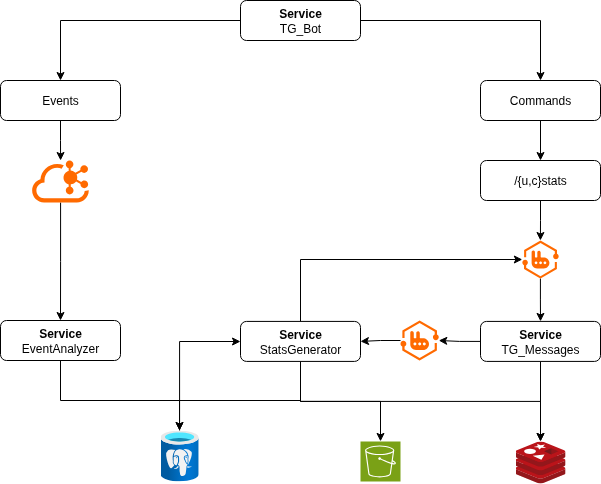
This is readme/static/Diagram.drawio.png from sh1chan/SmallToolBox, a draw.io export, as it was before one commit. Source tidied: cells renumbered, new cells last; positions are measured from the earlier drawing's top-left corner, leaving out a move shared by most shapes.
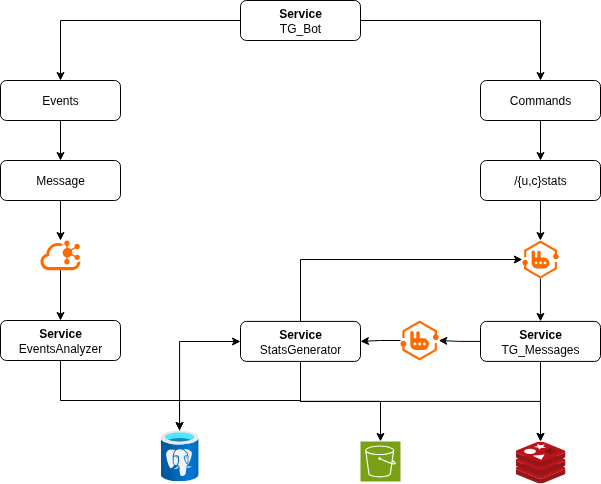
Later version of the same file.

Commit message:
[core] Updated Diagram

Diff of the diagram source:
```diff
@@ -11,9 +11,9 @@
     <mxCell id="4" value="&lt;div&gt;&lt;span style=&quot;background-color: transparent; color: light-dark(rgb(0, 0, 0), rgb(255, 255, 255));&quot;&gt;&lt;b&gt;Service&lt;/b&gt;&lt;/span&gt;&lt;/div&gt;&lt;div&gt;&lt;span style=&quot;background-color: transparent; color: light-dark(rgb(0, 0, 0), rgb(255, 255, 255));&quot;&gt;TG_Bot&lt;/span&gt;&lt;/div&gt;" style="rounded=1;whiteSpace=wrap;html=1;" parent="1" vertex="1">
       <mxGeometry x="240" width="120" height="40" as="geometry" />
     </mxCell>
-    <mxCell id="5" style="edgeStyle=orthogonalEdgeStyle;rounded=0;jettySize=auto;html=1;" parent="1" edge="1" source="6" target="18">
-      <mxGeometry relative="1" as="geometry" />
-    </mxCell>
+    <mxCell id="31" style="edgeStyle=orthogonalEdgeStyle;rounded=0;jettySize=auto;html=1;" parent="1" edge="1" source="6" target="33">
+      <mxGeometry relative="1" as="geometry" />
+    </mxCell>
     <mxCell id="6" value="Events" style="rounded=1;whiteSpace=wrap;html=1;" parent="1" vertex="1">
       <mxGeometry y="80" width="120" height="40" as="geometry" />
     </mxCell>
@@ -65,7 +65,7 @@
       <mxGeometry relative="1" as="geometry" />
     </mxCell>
     <mxCell id="18" style="points=[];html=1;align=center;shadow=0;dashed=0;fillColor=#FF6A00;strokeColor=none;shape=mxgraph.alibaba_cloud.kafka;" parent="1" vertex="1">
-      <mxGeometry x="31.6" y="160" width="56.7" height="42" as="geometry" />
+      <mxGeometry x="40" y="240" width="40" height="29.6" as="geometry" />
     </mxCell>
     <mxCell id="19" style="edgeStyle=orthogonalEdgeStyle;rounded=0;jettySize=auto;html=1;" parent="1" edge="1" source="20" target="15">
       <mxGeometry relative="1" as="geometry">
@@ -109,8 +109,14 @@
         </Array>
       </mxGeometry>
     </mxCell>
-    <mxCell id="30" value="&lt;div&gt;&lt;b&gt;Service&lt;/b&gt;&lt;/div&gt;EventAnalyzer" style="rounded=1;whiteSpace=wrap;html=1;" parent="1" vertex="1">
+    <mxCell id="30" value="&lt;div&gt;&lt;b&gt;Service&lt;/b&gt;&lt;/div&gt;EventsAnalyzer" style="rounded=1;whiteSpace=wrap;html=1;" parent="1" vertex="1">
       <mxGeometry y="320" width="120" height="40" as="geometry" />
     </mxCell>
+    <mxCell id="32" style="edgeStyle=orthogonalEdgeStyle;rounded=0;jettySize=auto;html=1;" parent="1" edge="1" source="33" target="18">
+      <mxGeometry relative="1" as="geometry" />
+    </mxCell>
+    <mxCell id="33" value="Message" style="whiteSpace=wrap;html=1;rounded=1;" parent="1" vertex="1">
+      <mxGeometry y="160" width="120" height="40" as="geometry" />
+    </mxCell>
   </root>
 </mxGraphModel>
```
